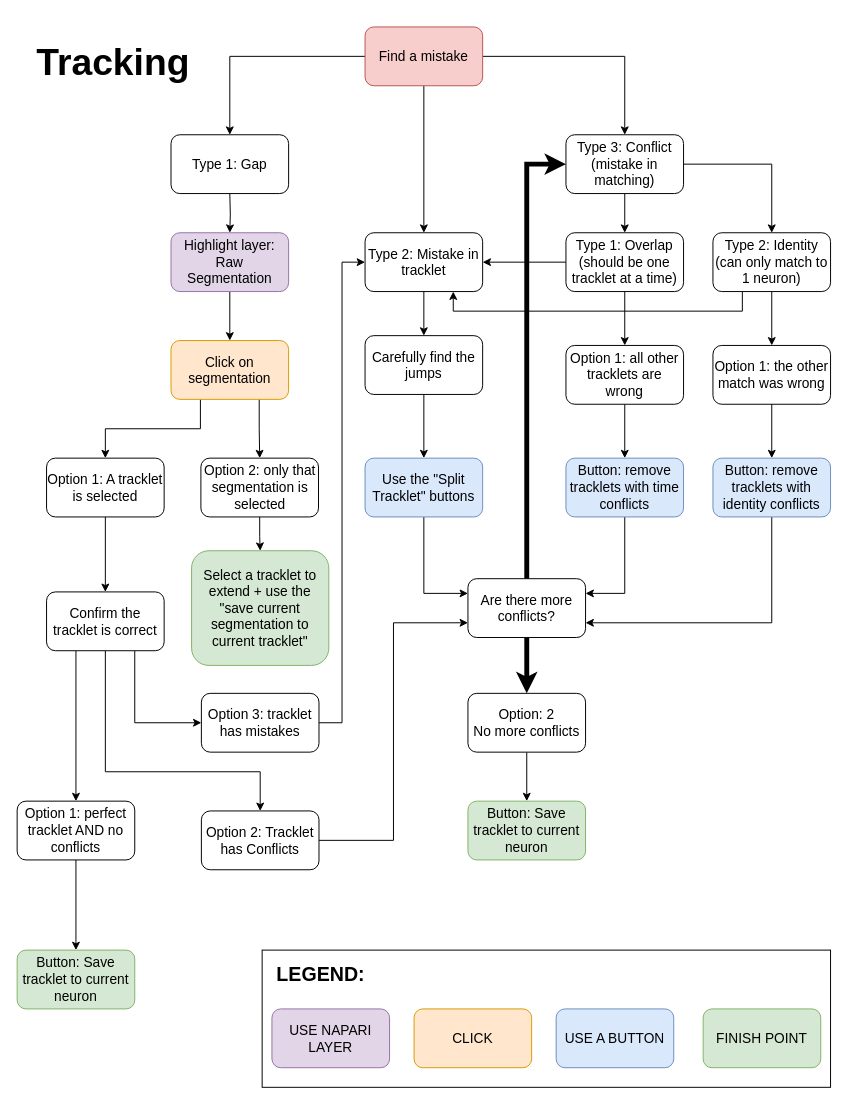
Above: page "Tracking_workflow" (2 of 6) of docs/workflow_diagrams.drawio in ch9nuk9/wbfm (draw.io), before the change. Source tidied: cells renumbered, new cells numbered last; positions are measured from the earlier drawing's top-left corner, leaving out a move shared by most shapes. Both pictures are drawn from the tidied source at 98%, with x=0, y=0 at pixel (17, 26).
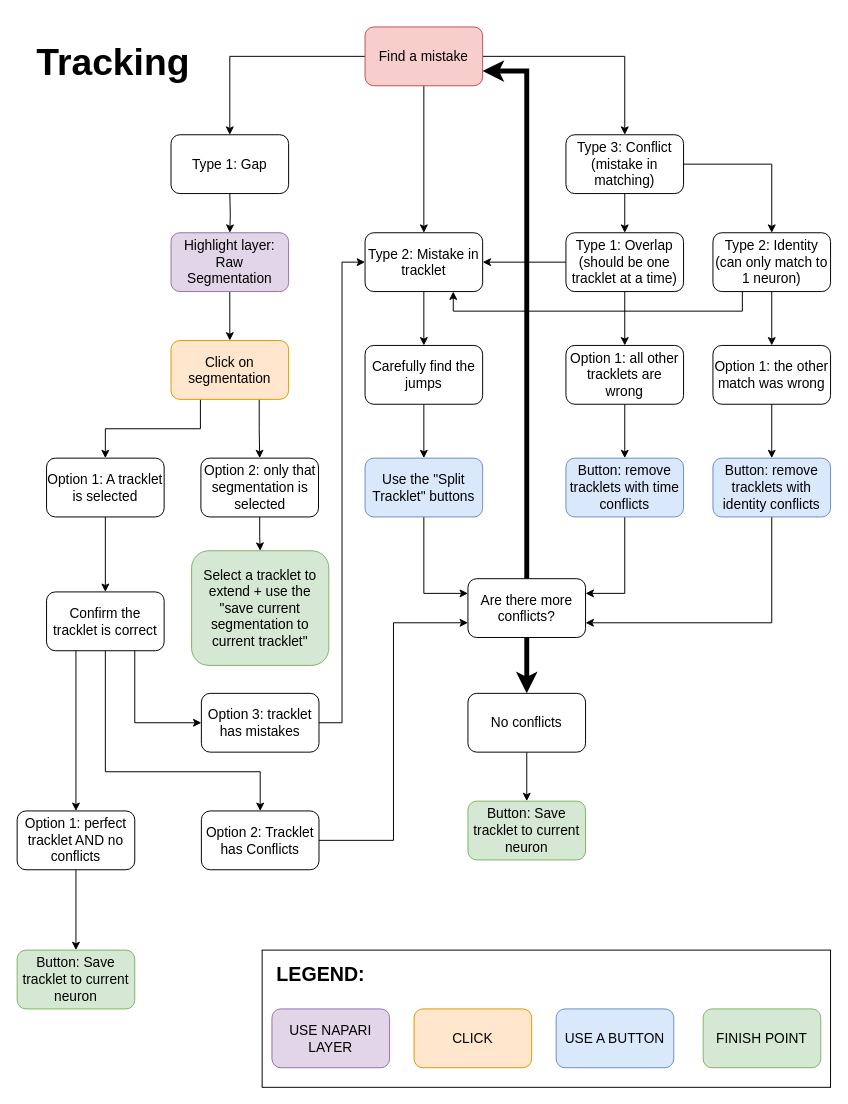
After the change.

Commit message:
Large update to diagrams

The change refers to these unchanged cells:
```xml
<mxCell id="5" value="Find a mistake" style="rounded=1;whiteSpace=wrap;html=1;fillColor=#f8cecc;strokeColor=#b85450;fontSize=14;" parent="1" vertex="1">
  <mxGeometry x="355" width="120" height="60" as="geometry" />
</mxCell>
<mxCell id="57" value="Type 3: Conflict (mistake in matching)" style="rounded=1;whiteSpace=wrap;html=1;fontSize=14;" parent="1" vertex="1">
  <mxGeometry x="560" y="110" width="120" height="60" as="geometry" />
</mxCell>
<mxCell id="64" value="Are there more conflicts?" style="rounded=1;whiteSpace=wrap;html=1;fontSize=14;" parent="1" vertex="1">
  <mxGeometry x="460" y="563" width="120" height="60" as="geometry" />
</mxCell>
```

The edit, as a diff of the source:
```diff
@@
     <mxCell id="28" value="Option 1: perfect tracklet AND no conflicts" style="rounded=1;whiteSpace=wrap;html=1;fontSize=14;" parent="1" vertex="1">
-      <mxGeometry y="790" width="120" height="60" as="geometry" />
+      <mxGeometry y="800" width="120" height="60" as="geometry" />
     </mxCell>
@@
     <mxCell id="45" value="Carefully find the jumps" style="rounded=1;whiteSpace=wrap;html=1;fontSize=14;" parent="1" vertex="1">
-      <mxGeometry x="355" y="315" width="120" height="60" as="geometry" />
+      <mxGeometry x="355" y="325" width="120" height="60" as="geometry" />
     </mxCell>
@@
-    <mxCell id="61" value="Option: 2&lt;br&gt;No more conflicts" style="rounded=1;whiteSpace=wrap;html=1;fontSize=14;" parent="1" vertex="1">
+    <mxCell id="61" value="No conflicts" style="rounded=1;whiteSpace=wrap;html=1;fontSize=14;" parent="1" vertex="1">
       <mxGeometry x="460" y="680" width="120" height="60" as="geometry" />
     </mxCell>
-    <mxCell id="62" style="edgeStyle=orthogonalEdgeStyle;rounded=0;jettySize=auto;html=1;exitX=0.5;exitY=0;exitDx=0;exitDy=0;entryX=0;entryY=0.5;entryDx=0;entryDy=0;strokeWidth=5;" parent="1" edge="1" source="64" target="57">
+    <mxCell id="62" style="edgeStyle=orthogonalEdgeStyle;rounded=0;jettySize=auto;html=1;exitX=0.5;exitY=0;exitDx=0;exitDy=0;entryX=1;entryY=0.75;entryDx=0;entryDy=0;strokeWidth=5;" parent="1" edge="1" source="64" target="5">
       <mxGeometry relative="1" as="geometry" />
     </mxCell>
```
